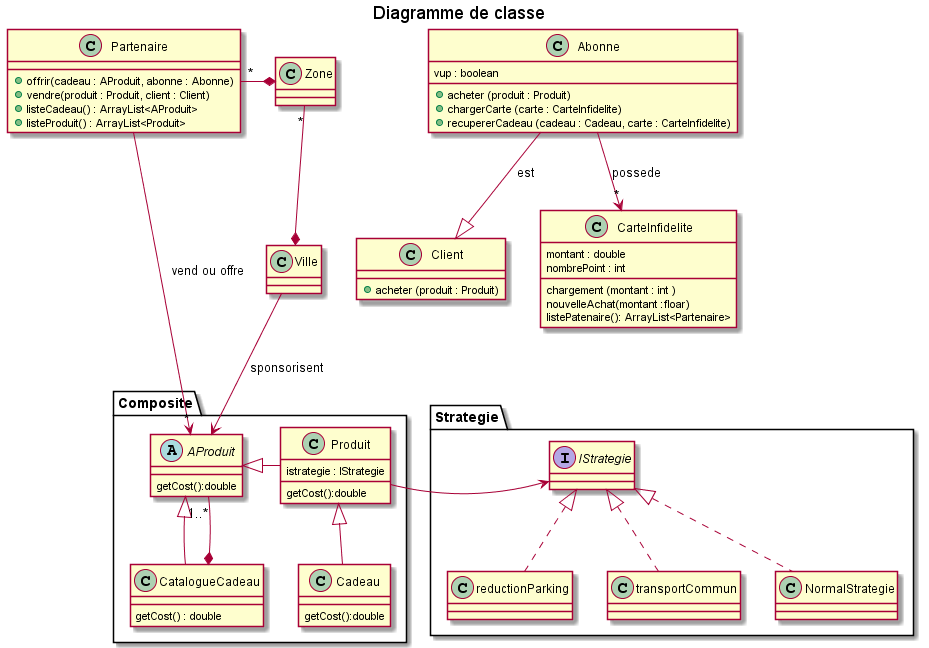
Earlier version of the PlantUML export out/DiagrammeDeChoixDeConception2/Diagramme de classe.png (ZeroAbsolue/infidelite).
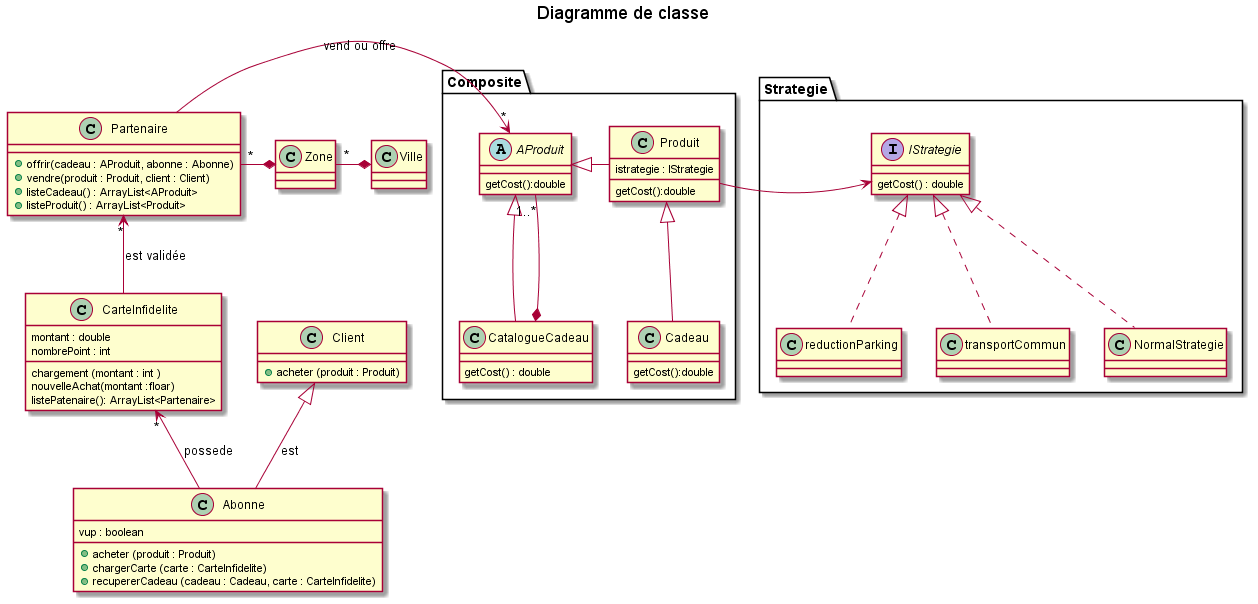
After the commit.

Change to the diagram source:
```diff
@@ -49,6 +49,7 @@
     Cadeau -up-|> Produit
     CatalogueCadeau -up-|> AProduit
     CatalogueCadeau *-up- "1..*" AProduit
+
 }
 
 
@@ -56,20 +57,22 @@
     class reductionParking
     class transportCommun
     class NormalStrategie
-    interface IStrategie
+    interface IStrategie{
+        getCost() : double
+    }
     reductionParking .up.|> IStrategie
     NormalStrategie .up.|> IStrategie
     transportCommun .up.|> IStrategie
 }
 
-Abonne --> "*"CarteInfidelite : possede
-Abonne --|> Client : est
+Abonne -up-> "*"CarteInfidelite : possede
+Abonne -up-|> Client : est
 
-Ville -down-> AProduit : sponsorisent
-Ville *-up- "*" Zone
+Ville *-left- "*" Zone
 Zone *-left- "*" Partenaire
 Partenaire -> "*" AProduit : vend ou offre
 Produit -> IStrategie
+CarteInfidelite -up-> "*"Partenaire : "est validée"
 
 
 @enduml
```
